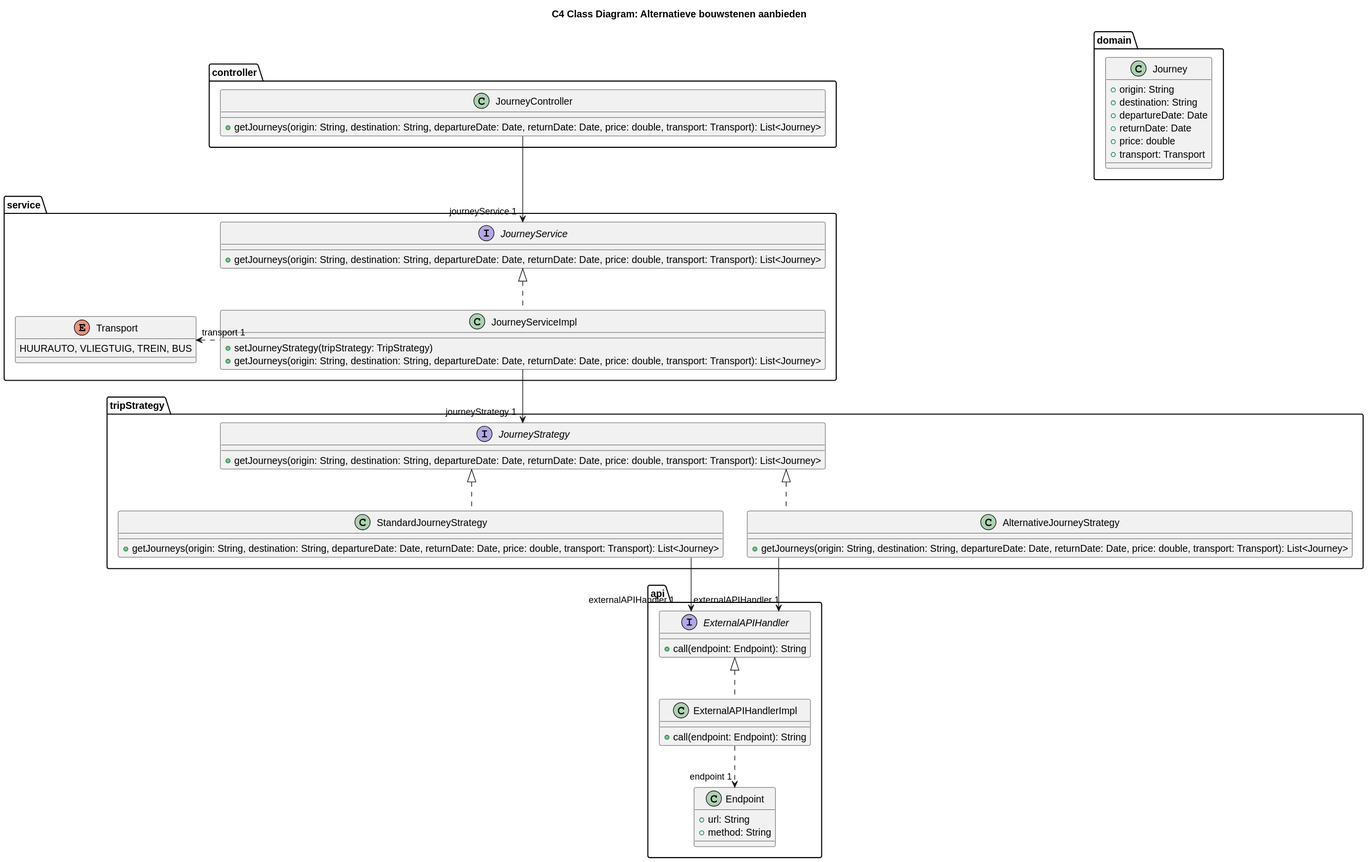
This is software-guidebook/sgb-bestanden/ontwerpvragen/Modularity - class diagram-C4_Class_Diagram___Backend.svg from AIM-ENE-feb25/triptop-groep-4-jochem-roald-stijn-a, a PlantUML export, as it was before one commit.
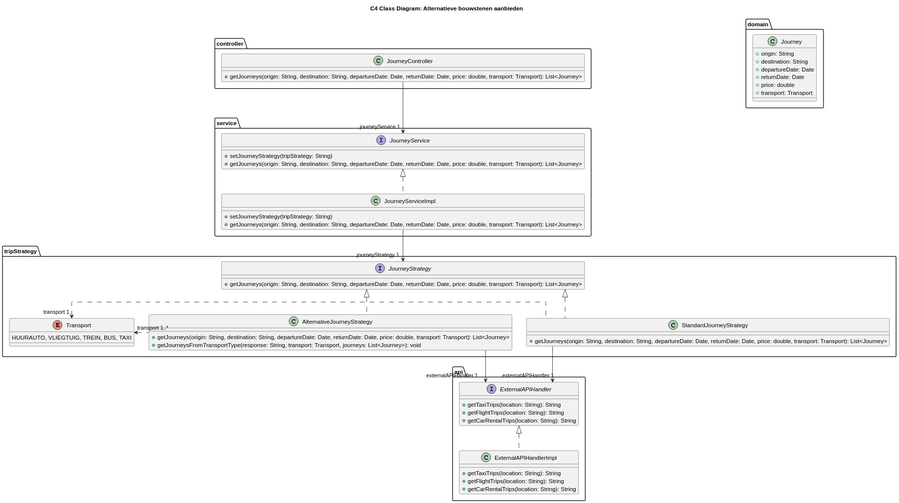
After the commit.

Commit message:
Klassendiagram is aangepast met toelichting

The edit, as a diff of the source:
```diff
@@ -13,16 +13,13 @@
 
 package "service" {
     interface JourneyService {
+        +setJourneyStrategy(tripStrategy: String)
         +getJourneys(origin: String, destination: String, departureDate: Date, returnDate: Date, price: double, transport: Transport): List<Journey>
     }
 
     class JourneyServiceImpl {
-        +setJourneyStrategy(tripStrategy: TripStrategy)
+        +setJourneyStrategy(tripStrategy: String)
         +getJourneys(origin: String, destination: String, departureDate: Date, returnDate: Date, price: double, transport: Transport): List<Journey>
-    }
-
-    enum Transport {
-        HUURAUTO, VLIEGTUIG, TREIN, BUS
     }
 }
 
@@ -37,6 +34,11 @@
 
     class AlternativeJourneyStrategy {
         +getJourneys(origin: String, destination: String, departureDate: Date, returnDate: Date, price: double, transport: Transport): List<Journey>
+        +getJourneysFromTransportType(response: String, transport: Transport, journeys: List<Journey>): void
+    }
+
+    enum Transport {
+        HUURAUTO, VLIEGTUIG, TREIN, BUS, TAXI
     }
 }
 
@@ -53,28 +55,27 @@
 
 package "api" {
     interface ExternalAPIHandler {
-        +call(endpoint: Endpoint): String
+        +getTaxiTrips(location: String): String
+        +getFlightTrips(location: String): String
+        +getCarRentalTrips(location: String): String
     }
 
     class ExternalAPIHandlerImpl {
-        +call(endpoint: Endpoint): String
-    }
-
-    class Endpoint {
-        +url: String
-        +method: String
+        +getTaxiTrips(location: String): String
+        +getFlightTrips(location: String): String
+        +getCarRentalTrips(location: String): String
     }
 }
 
 StandardJourneyStrategy .u.|> JourneyStrategy
 AlternativeJourneyStrategy .u.|> JourneyStrategy
+StandardJourneyStrategy .l.> "transport 1" Transport
+AlternativeJourneyStrategy .l.> "transport 1..*" Transport
 
-JourneyServiceImpl .l.> "transport 1" Transport
 JourneyServiceImpl --> "journeyStrategy 1" JourneyStrategy
 
 JourneyController --> "journeyService 1" JourneyService
 JourneyServiceImpl .u.|> JourneyService
-ExternalAPIHandlerImpl ..> "endpoint 1" Endpoint
 ExternalAPIHandlerImpl .u.|> ExternalAPIHandler
 
 StandardJourneyStrategy --> "externalAPIHandler 1" ExternalAPIHandler
```
